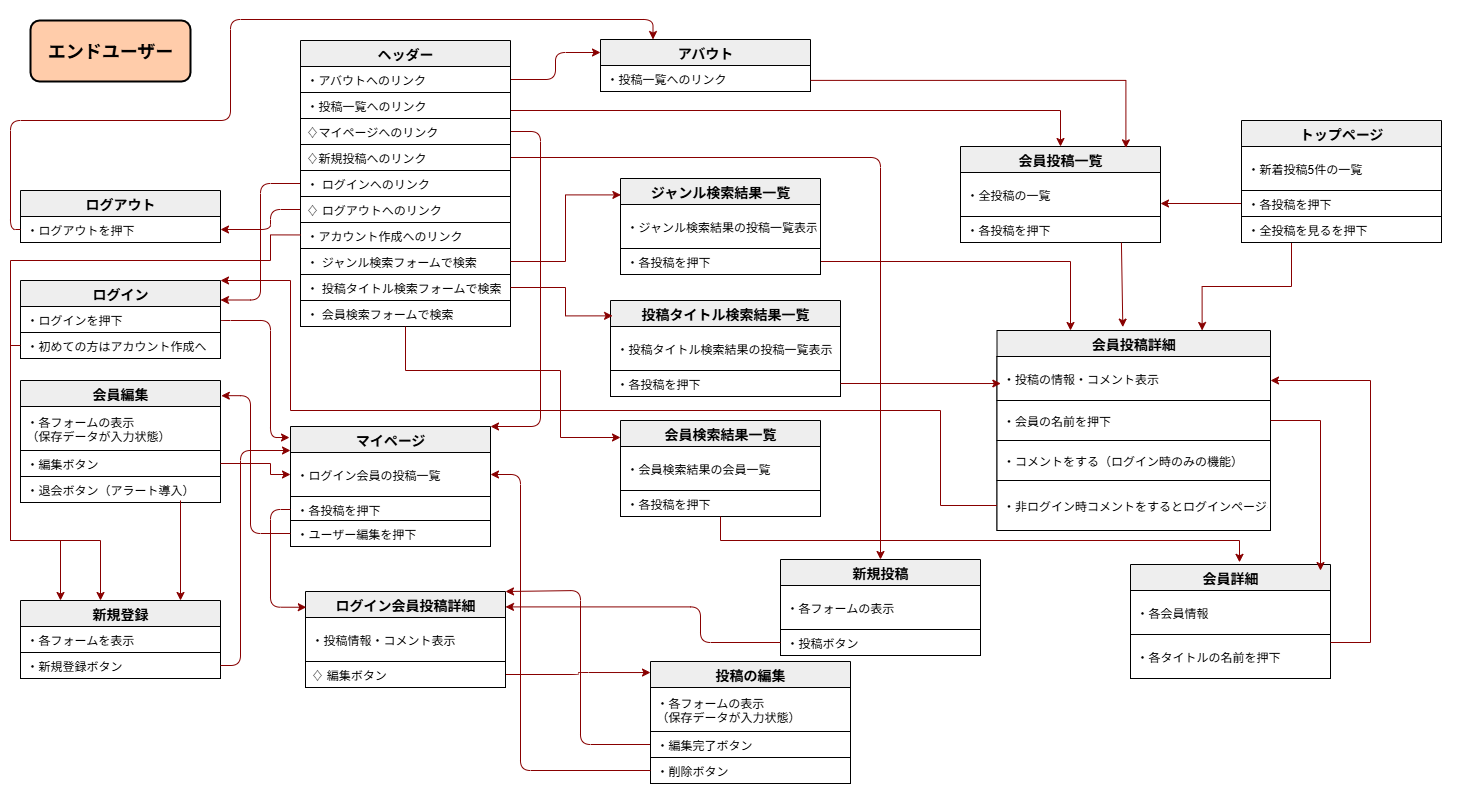
This is docs/images/UIFlows_ユーザー.drawio.png from zassi-17/GATS, a draw.io export, as it was before one commit. Source tidied: cells renumbered, new cells last; positions are measured from the earlier drawing's top-left corner, leaving out a move shared by most shapes.
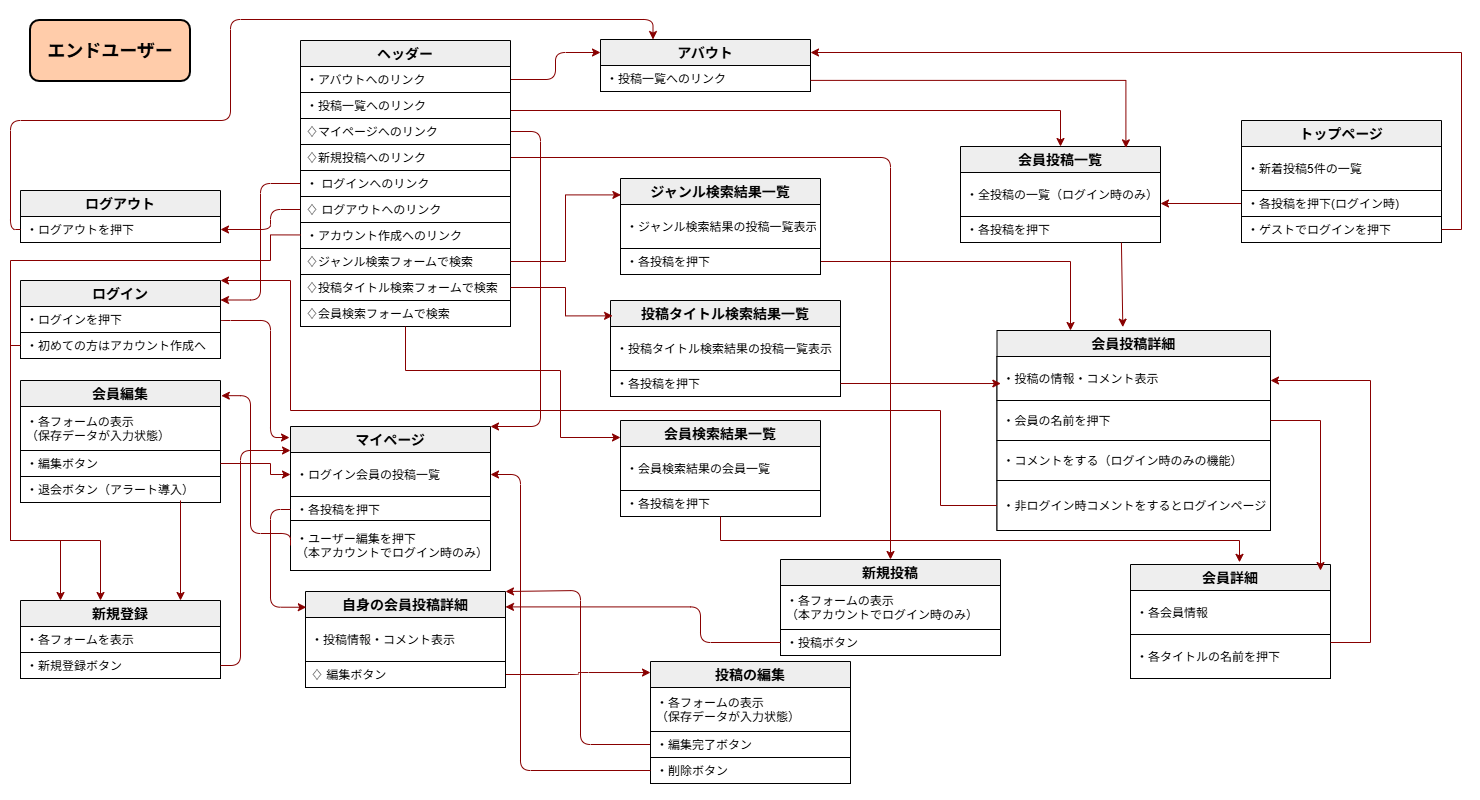
After the change.

Commit message:
UIFLOWSと使用素材編集

The edit, as a diff of the source:
```diff
@@ -48,7 +48,7 @@
     <mxCell id="13" value="・初めての方はアカウント作成へ" style="text;align=left;verticalAlign=middle;spacingLeft=4;spacingRight=4;overflow=hidden;points=[[0,0.5],[1,0.5]];portConstraint=eastwest;fillColor=#ffffff;strokeColor=#000000;" parent="11" vertex="1">
       <mxGeometry y="52" width="200" height="26" as="geometry" />
     </mxCell>
-    <mxCell id="14" value="ログイン会員投稿詳細" style="swimlane;fontStyle=1;horizontal=1;startSize=26;strokeColor=#000000;strokeWidth=1;fillColor=#eee;fontSize=14;" parent="1" vertex="1">
+    <mxCell id="14" value="自身の会員投稿詳細" style="swimlane;fontStyle=1;horizontal=1;startSize=26;strokeColor=#000000;strokeWidth=1;fillColor=#eee;fontSize=14;" parent="1" vertex="1">
       <mxGeometry x="305" y="591" width="200" height="96" as="geometry" />
     </mxCell>
     <mxCell id="15" value="・投稿情報・コメント表示" style="text;align=left;verticalAlign=middle;spacingLeft=4;spacingRight=4;overflow=hidden;fillColor=#ffffff;strokeColor=#000000;" parent="14" vertex="1">
@@ -58,13 +58,13 @@
       <mxGeometry y="70" width="200" height="26" as="geometry" />
     </mxCell>
     <mxCell id="17" value="新規投稿" style="swimlane;fontStyle=1;horizontal=1;startSize=26;strokeColor=#000000;strokeWidth=1;fillColor=#eee;fontSize=14;" parent="1" vertex="1">
-      <mxGeometry x="780" y="559" width="200" height="96" as="geometry" />
+      <mxGeometry x="780" y="559" width="220" height="96" as="geometry" />
     </mxCell>
-    <mxCell id="18" value="・各フォームの表示" style="text;align=left;verticalAlign=middle;spacingLeft=4;spacingRight=4;overflow=hidden;fillColor=#ffffff;strokeColor=#000000;" parent="17" vertex="1">
-      <mxGeometry y="26" width="200" height="44" as="geometry" />
+    <mxCell id="18" value="・各フォームの表示&#10;（本アカウントでログイン時のみ）" style="text;align=left;verticalAlign=middle;spacingLeft=4;spacingRight=4;overflow=hidden;fillColor=#ffffff;strokeColor=#000000;" parent="17" vertex="1">
+      <mxGeometry y="26" width="220" height="44" as="geometry" />
     </mxCell>
     <mxCell id="19" value="・投稿ボタン" style="text;align=left;verticalAlign=middle;spacingLeft=4;spacingRight=4;overflow=hidden;points=[[0,0.5],[1,0.5]];portConstraint=eastwest;fillColor=#ffffff;strokeColor=#000000;fontColor=#000000;" parent="17" vertex="1">
-      <mxGeometry y="70" width="200" height="26" as="geometry" />
+      <mxGeometry y="70" width="220" height="26" as="geometry" />
     </mxCell>
     <mxCell id="20" value="ログアウト" style="swimlane;fontStyle=1;horizontal=1;startSize=26;strokeColor=#000000;strokeWidth=1;fillColor=#eee;fontSize=14;" parent="1" vertex="1">
       <mxGeometry x="20" y="190" width="200" height="52" as="geometry" />
@@ -134,8 +134,8 @@
         </Array>
       </mxGeometry>
     </mxCell>
-    <mxCell id="33" value="・ユーザー編集を押下" style="text;align=left;verticalAlign=middle;spacingLeft=4;spacingRight=4;overflow=hidden;points=[[0,0.5],[1,0.5]];portConstraint=eastwest;fillColor=#ffffff;strokeColor=#000000;" parent="1" vertex="1">
-      <mxGeometry x="290" y="520" width="200" height="26" as="geometry" />
+    <mxCell id="33" value="・ユーザー編集を押下&#10;（本アカウントでログイン時のみ）" style="text;align=left;verticalAlign=middle;spacingLeft=4;spacingRight=4;overflow=hidden;points=[[0,0.5],[1,0.5]];portConstraint=eastwest;fillColor=#ffffff;strokeColor=#000000;" parent="1" vertex="1">
+      <mxGeometry x="290" y="520" width="200" height="50" as="geometry" />
     </mxCell>
     <mxCell id="34" style="edgeStyle=orthogonalEdgeStyle;rounded=1;jettySize=auto;html=1;strokeColor=#880000;exitX=0;exitY=0.5;exitDx=0;exitDy=0;entryX=1.004;entryY=0.158;entryDx=0;entryDy=0;entryPerimeter=0;" parent="1" edge="1" source="33" target="45">
       <mxGeometry relative="1" as="geometry">
@@ -204,7 +204,7 @@
     <mxCell id="50" value="会員投稿一覧" style="swimlane;fontStyle=1;horizontal=1;startSize=26;strokeColor=#000000;strokeWidth=1;fillColor=#eee;fontSize=14;" parent="1" vertex="1">
       <mxGeometry x="960" y="146" width="200" height="96" as="geometry" />
     </mxCell>
-    <mxCell id="51" value="・全投稿の一覧" style="text;align=left;verticalAlign=middle;spacingLeft=4;spacingRight=4;overflow=hidden;fillColor=#ffffff;strokeColor=#000000;" parent="50" vertex="1">
+    <mxCell id="51" value="・全投稿の一覧（ログイン時のみ）" style="text;align=left;verticalAlign=middle;spacingLeft=4;spacingRight=4;overflow=hidden;fillColor=#ffffff;strokeColor=#000000;" parent="50" vertex="1">
       <mxGeometry y="26" width="200" height="44" as="geometry" />
     </mxCell>
     <mxCell id="52" value="・各投稿を押下" style="text;align=left;verticalAlign=middle;spacingLeft=4;spacingRight=4;overflow=hidden;fillColor=#ffffff;strokeColor=#000000;fontColor=#000000;" parent="50" vertex="1">
@@ -313,16 +313,16 @@
     <mxCell id="78" value="・編集完了ボタン" style="text;align=left;verticalAlign=middle;spacingLeft=4;spacingRight=4;overflow=hidden;points=[[0,0.5],[1,0.5]];portConstraint=eastwest;fillColor=#ffffff;strokeColor=#000000;fontColor=#000000;" parent="76" vertex="1">
       <mxGeometry y="70" width="200" height="26" as="geometry" />
     </mxCell>
-    <mxCell id="79" value="・ ジャンル検索フォームで検索" style="text;align=left;verticalAlign=middle;spacingLeft=4;spacingRight=4;overflow=hidden;points=[[0,0.5],[1,0.5]];portConstraint=eastwest;fillColor=#ffffff;strokeColor=#000000;" parent="1" vertex="1">
+    <mxCell id="79" value="♢ジャンル検索フォームで検索" style="text;align=left;verticalAlign=middle;spacingLeft=4;spacingRight=4;overflow=hidden;points=[[0,0.5],[1,0.5]];portConstraint=eastwest;fillColor=#ffffff;strokeColor=#000000;" parent="1" vertex="1">
       <mxGeometry x="300" y="248" width="210" height="26" as="geometry" />
     </mxCell>
-    <mxCell id="80" value="・ 投稿タイトル検索フォームで検索" style="text;align=left;verticalAlign=middle;spacingLeft=4;spacingRight=4;overflow=hidden;points=[[0,0.5],[1,0.5]];portConstraint=eastwest;fillColor=#ffffff;strokeColor=#000000;" parent="1" vertex="1">
+    <mxCell id="80" value="♢投稿タイトル検索フォームで検索" style="text;align=left;verticalAlign=middle;spacingLeft=4;spacingRight=4;overflow=hidden;points=[[0,0.5],[1,0.5]];portConstraint=eastwest;fillColor=#ffffff;strokeColor=#000000;" parent="1" vertex="1">
       <mxGeometry x="300" y="274" width="210" height="26" as="geometry" />
     </mxCell>
     <mxCell id="81" style="edgeStyle=orthogonalEdgeStyle;rounded=0;orthogonalLoop=1;jettySize=auto;html=1;exitX=1;exitY=0.5;exitDx=0;exitDy=0;" parent="1" edge="1" source="74" target="74">
       <mxGeometry relative="1" as="geometry" />
     </mxCell>
-    <mxCell id="82" value="・ 会員検索フォームで検索" style="text;align=left;verticalAlign=middle;spacingLeft=4;spacingRight=4;overflow=hidden;points=[[0,0.5],[1,0.5]];portConstraint=eastwest;fillColor=#ffffff;strokeColor=#000000;" parent="1" vertex="1">
+    <mxCell id="82" value="♢会員検索フォームで検索" style="text;align=left;verticalAlign=middle;spacingLeft=4;spacingRight=4;overflow=hidden;points=[[0,0.5],[1,0.5]];portConstraint=eastwest;fillColor=#ffffff;strokeColor=#000000;" parent="1" vertex="1">
       <mxGeometry x="300" y="300" width="210" height="26" as="geometry" />
     </mxCell>
     <mxCell id="83" value="投稿タイトル検索結果一覧" style="swimlane;fontStyle=1;horizontal=1;startSize=26;strokeColor=#000000;strokeWidth=1;fillColor=#eee;fontSize=14;" parent="1" vertex="1">
@@ -408,9 +408,6 @@
         </Array>
       </mxGeometry>
     </mxCell>
-    <mxCell id="98" style="edgeStyle=orthogonalEdgeStyle;rounded=0;jettySize=auto;html=1;exitX=0.25;exitY=1;exitDx=0;exitDy=0;entryX=0.75;entryY=0;entryDx=0;entryDy=0;strokeColor=#880000;" parent="1" edge="1" source="99" target="53">
-      <mxGeometry relative="1" as="geometry" />
-    </mxCell>
     <mxCell id="99" value="トップページ" style="swimlane;fontStyle=1;horizontal=1;startSize=26;strokeColor=#000000;strokeWidth=1;fillColor=#eee;fontSize=14;" parent="1" vertex="1">
       <mxGeometry x="1241" y="120" width="200" height="122" as="geometry" />
     </mxCell>
@@ -422,10 +419,10 @@
         <mxPoint x="-81" y="83" as="targetPoint" />
       </mxGeometry>
     </mxCell>
-    <mxCell id="102" value="・各投稿を押下" style="text;align=left;verticalAlign=middle;spacingLeft=4;spacingRight=4;overflow=hidden;points=[[0,0.5],[1,0.5]];portConstraint=eastwest;fillColor=#ffffff;strokeColor=#000000;fontColor=#000000;" parent="99" vertex="1">
+    <mxCell id="102" value="・各投稿を押下(ログイン時)" style="text;align=left;verticalAlign=middle;spacingLeft=4;spacingRight=4;overflow=hidden;points=[[0,0.5],[1,0.5]];portConstraint=eastwest;fillColor=#ffffff;strokeColor=#000000;fontColor=#000000;" parent="99" vertex="1">
       <mxGeometry y="70" width="200" height="26" as="geometry" />
     </mxCell>
-    <mxCell id="103" value="・全投稿を見るを押下" style="text;align=left;verticalAlign=middle;spacingLeft=4;spacingRight=4;overflow=hidden;points=[[0,0.5],[1,0.5]];portConstraint=eastwest;fillColor=#ffffff;strokeColor=#000000;fontColor=#000000;" parent="99" vertex="1">
+    <mxCell id="103" value="・ゲストでログインを押下" style="text;align=left;verticalAlign=middle;spacingLeft=4;spacingRight=4;overflow=hidden;points=[[0,0.5],[1,0.5]];portConstraint=eastwest;fillColor=#ffffff;strokeColor=#000000;fontColor=#000000;" parent="99" vertex="1">
       <mxGeometry y="96" width="200" height="26" as="geometry" />
     </mxCell>
     <mxCell id="104" style="endArrow=classic;html=1;rounded=0;strokeColor=#880000;" parent="1" edge="1">
@@ -434,5 +431,13 @@
         <mxPoint x="180" y="600" as="targetPoint" />
       </mxGeometry>
     </mxCell>
+    <mxCell id="105" style="edgeStyle=orthogonalEdgeStyle;rounded=0;jettySize=auto;html=1;exitX=1;exitY=0.5;exitDx=0;exitDy=0;entryX=1;entryY=0.25;entryDx=0;entryDy=0;fillColor=#880000;strokeColor=#880000;" parent="1" edge="1" source="103" target="3">
+      <mxGeometry relative="1" as="geometry">
+        <Array as="points">
+          <mxPoint x="1461" y="229" />
+          <mxPoint x="1461" y="52" />
+        </Array>
+      </mxGeometry>
+    </mxCell>
   </root>
 </mxGraphModel>
```
